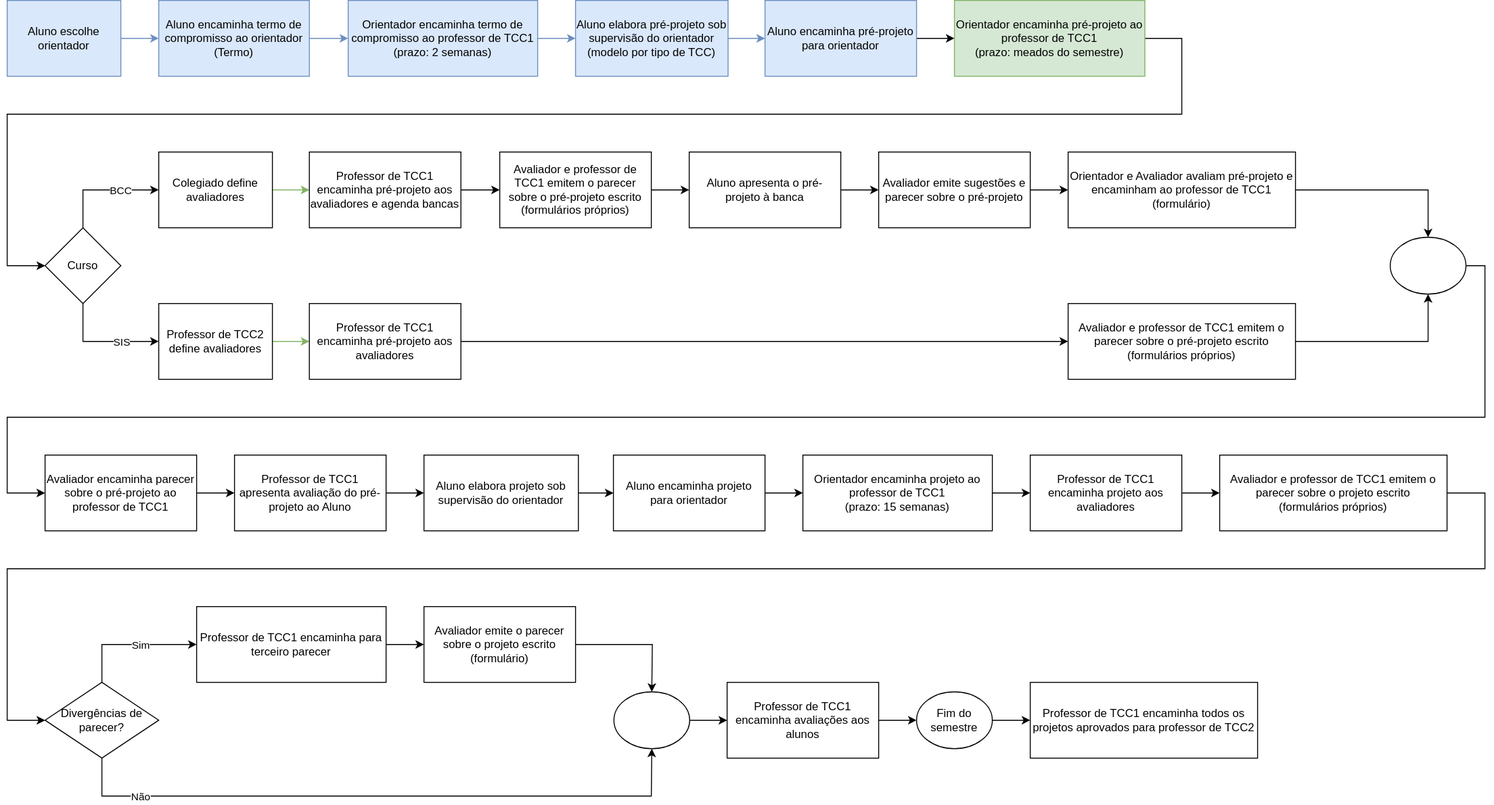
dalton-reis/disciplina_TCC1_Privado keeps this draw.io diagram as cronogramaFluxograma.drawio.svg. Above is the earlier version. Source tidied: cells renumbered, new cells last; positions are measured from the earlier drawing's top-left corner, leaving out a move shared by most shapes.
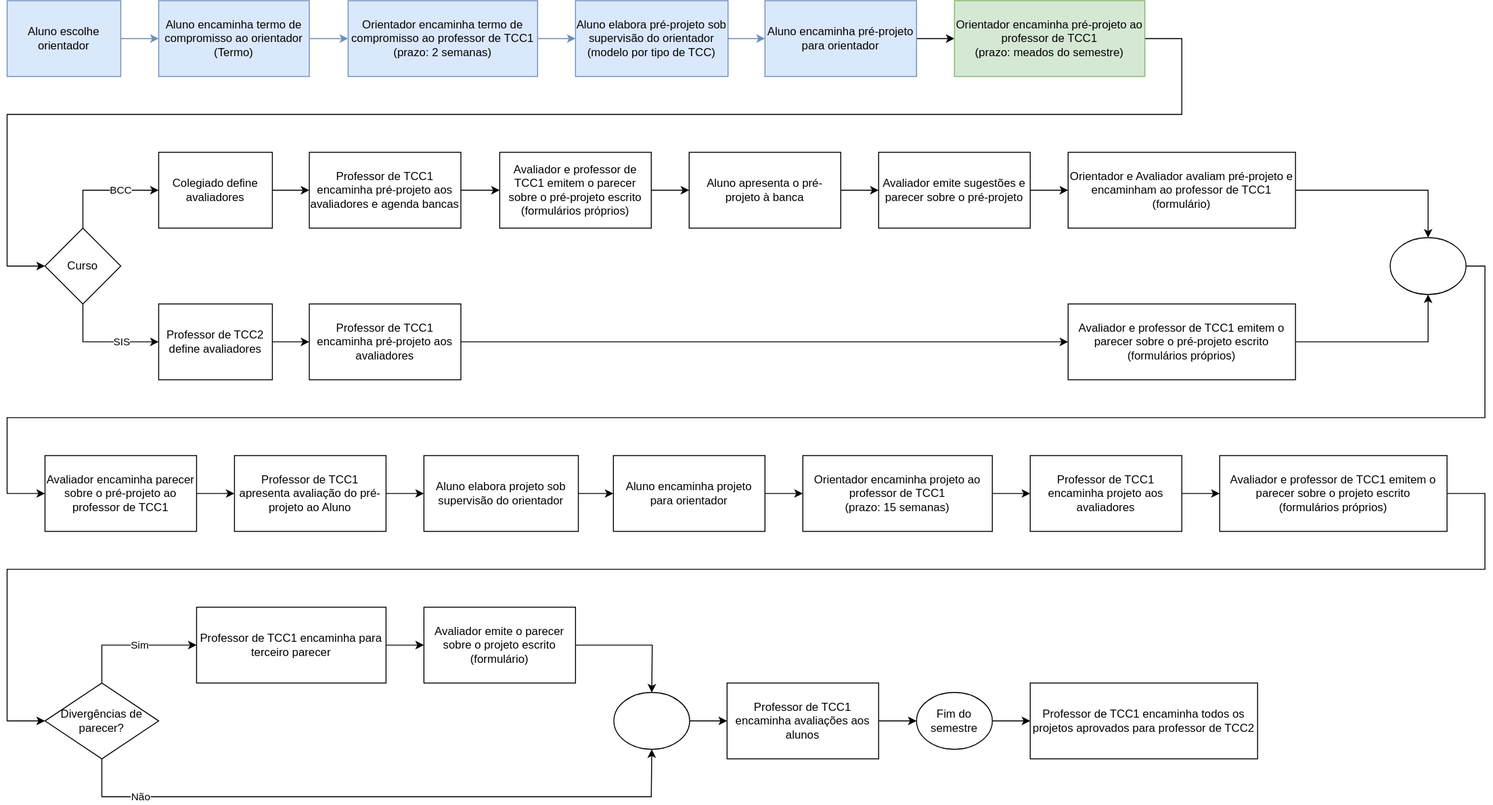
After the commit.

The edit, as a diff of the source:
```diff
@@ -72,13 +72,13 @@
     <mxCell id="18" value="Curso" style="rhombus;whiteSpace=wrap;html=1;fillColor=default;strokeColor=default;fontColor=#000000;" parent="1" vertex="1">
       <mxGeometry x="40" y="240" width="80" height="80" as="geometry" />
     </mxCell>
-    <mxCell id="19" style="edgeStyle=orthogonalEdgeStyle;rounded=0;jettySize=auto;html=1;fillColor=#d5e8d4;strokeColor=#82b366;fontColor=#000000;" parent="1" edge="1" source="20" target="25">
+    <mxCell id="19" style="edgeStyle=orthogonalEdgeStyle;rounded=0;jettySize=auto;html=1;fillColor=#d5e8d4;strokeColor=default;fontColor=#000000;" parent="1" edge="1" source="20" target="25">
       <mxGeometry relative="1" as="geometry" />
     </mxCell>
     <mxCell id="20" value="Colegiado define avaliadores" style="whiteSpace=wrap;html=1;fillColor=default;strokeColor=default;fontColor=#000000;" parent="1" vertex="1">
       <mxGeometry x="160" y="160" width="120" height="80" as="geometry" />
     </mxCell>
-    <mxCell id="21" style="edgeStyle=orthogonalEdgeStyle;rounded=0;jettySize=auto;html=1;fillColor=#d5e8d4;strokeColor=#82b366;fontColor=#000000;" parent="1" edge="1" source="22" target="35">
+    <mxCell id="21" style="edgeStyle=orthogonalEdgeStyle;rounded=0;jettySize=auto;html=1;fillColor=#d5e8d4;strokeColor=default;fontColor=#000000;" parent="1" edge="1" source="22" target="35">
       <mxGeometry relative="1" as="geometry" />
     </mxCell>
     <mxCell id="22" value="Professor de TCC2 define avaliadores" style="whiteSpace=wrap;html=1;fillColor=default;strokeColor=default;fontColor=#000000;" parent="1" vertex="1">
```
